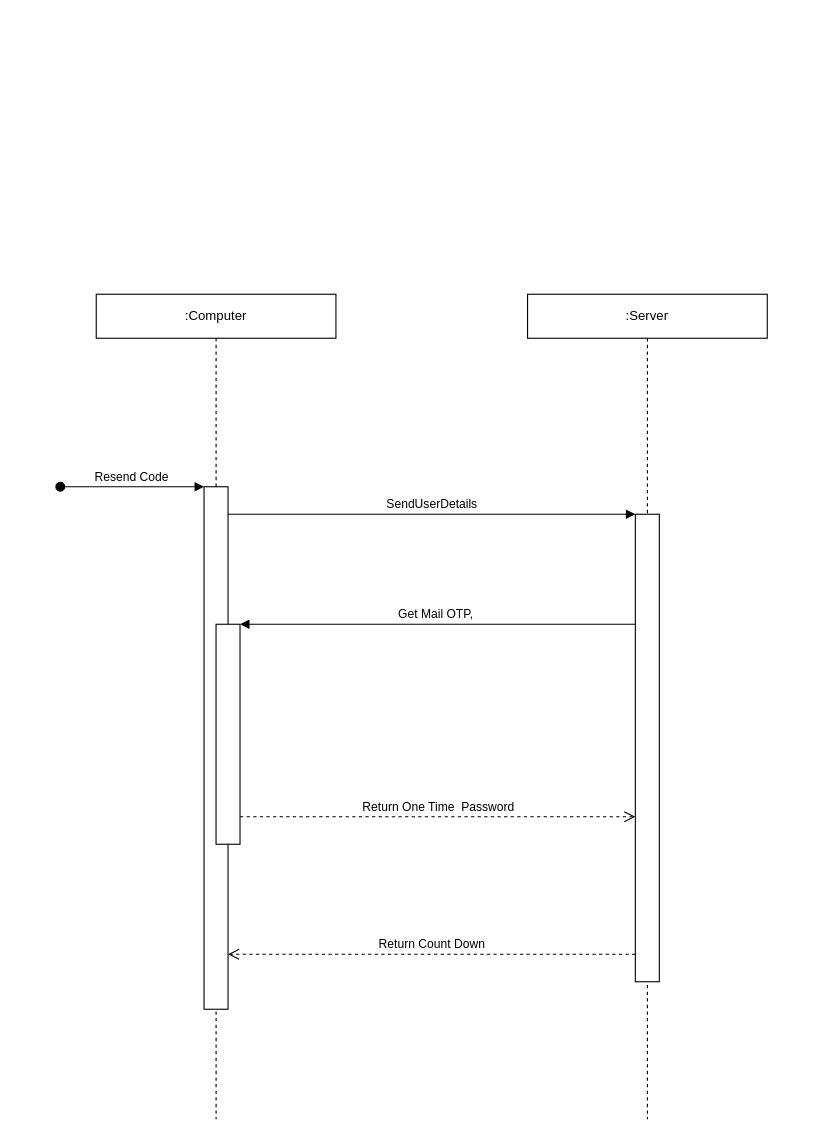
The draw.io diagram .create-password.drawio in Ghost-Cypher28/Admin-Panel, before the edit. Source tidied: cells renumbered, new cells numbered last; positions are measured from the earlier drawing's top-left corner, leaving out a move shared by most shapes. Both pictures are drawn from the tidied source at 110%, with x=0, y=0 at pixel (59, 294).
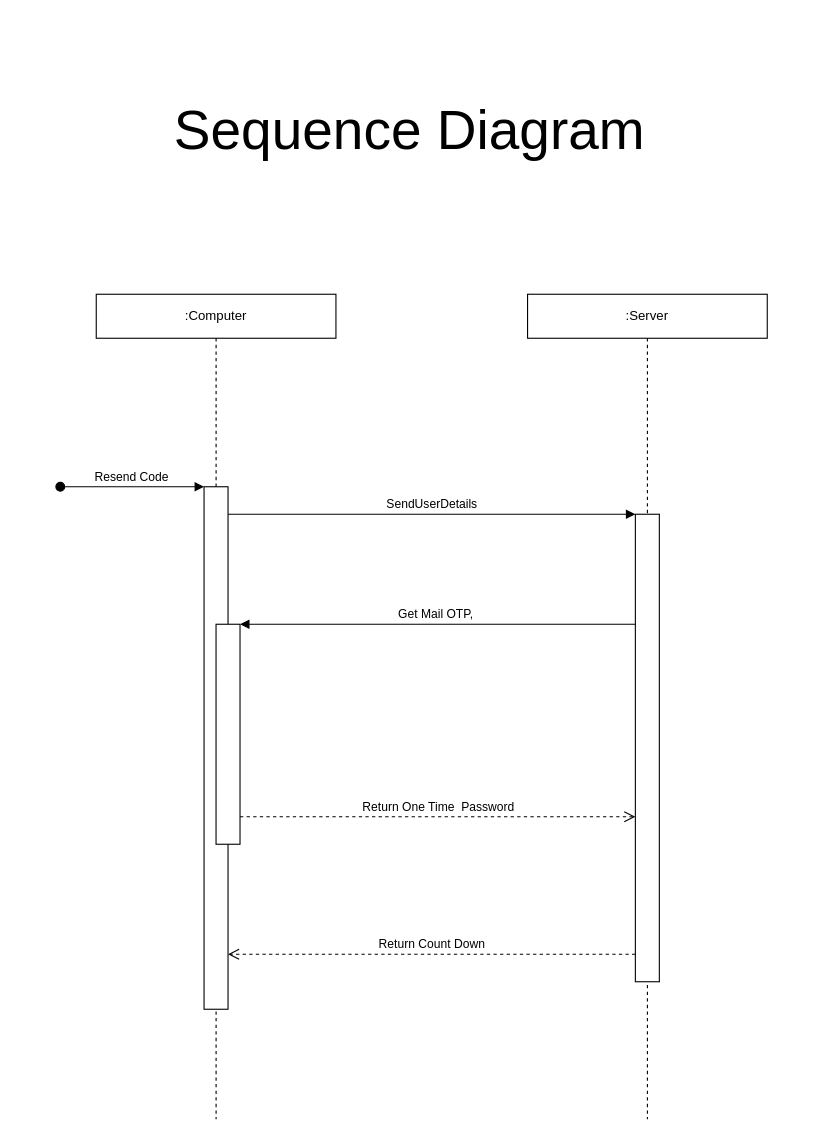
The same diagram, later.

What changed in the source:
```diff
@@
 <mxGraphModel>
   <root>
     <mxCell id="0" />
     <mxCell id="1" parent="0" />
     <mxCell id="2" style="group;" parent="1" vertex="1">
       <mxGeometry x="33" width="610" height="750" as="geometry" />
     </mxCell>
     <mxCell id="3" value=":Computer" style="shape=umlLifeline;perimeter=lifelinePerimeter;whiteSpace=wrap;html=1;newEdgeStyle={&quot;edgeStyle&quot;:&quot;elbowEdgeStyle&quot;,&quot;elbow&quot;:&quot;vertical&quot;,&quot;curved&quot;:0,&quot;rounded&quot;:0};" parent="2" vertex="1">
       <mxGeometry width="217.9" height="750" as="geometry" />
     </mxCell>
     <mxCell id="4" style="html=1;points=[];perimeter=orthogonalPerimeter;outlineConnect=0;targetShapes=umlLifeline;portConstraint=eastwest;newEdgeStyle={&quot;edgeStyle&quot;:&quot;elbowEdgeStyle&quot;,&quot;elbow&quot;:&quot;vertical&quot;,&quot;curved&quot;:0,&quot;rounded&quot;:0};" parent="3" vertex="1">
       <mxGeometry x="98" y="175" width="21.8" height="475" as="geometry" />
     </mxCell>
     <mxCell id="5" value="Resend Code" style="html=1;verticalAlign=bottom;startArrow=oval;endArrow=block;startSize=8;edgeStyle=elbowEdgeStyle;elbow=vertical;curved=0;rounded=0;" parent="3" edge="1" target="4">
       <mxGeometry relative="1" as="geometry">
         <mxPoint x="-32.7" y="175" as="sourcePoint" />
       </mxGeometry>
     </mxCell>
     <mxCell id="6" style="html=1;points=[];perimeter=orthogonalPerimeter;outlineConnect=0;targetShapes=umlLifeline;portConstraint=eastwest;newEdgeStyle={&quot;edgeStyle&quot;:&quot;elbowEdgeStyle&quot;,&quot;elbow&quot;:&quot;vertical&quot;,&quot;curved&quot;:0,&quot;rounded&quot;:0};" parent="3" vertex="1">
       <mxGeometry x="108.9" y="300" width="21.8" height="200" as="geometry" />
     </mxCell>
     <mxCell id="7" value=":Server" style="shape=umlLifeline;perimeter=lifelinePerimeter;whiteSpace=wrap;html=1;newEdgeStyle={&quot;edgeStyle&quot;:&quot;elbowEdgeStyle&quot;,&quot;elbow&quot;:&quot;vertical&quot;,&quot;curved&quot;:0,&quot;rounded&quot;:0};" parent="2" vertex="1">
       <mxGeometry x="392.1" width="217.9" height="750" as="geometry" />
     </mxCell>
     <mxCell id="8" style="html=1;points=[];perimeter=orthogonalPerimeter;outlineConnect=0;targetShapes=umlLifeline;portConstraint=eastwest;newEdgeStyle={&quot;edgeStyle&quot;:&quot;elbowEdgeStyle&quot;,&quot;elbow&quot;:&quot;vertical&quot;,&quot;curved&quot;:0,&quot;rounded&quot;:0};" parent="7" vertex="1">
       <mxGeometry x="98" y="200" width="21.8" height="425" as="geometry" />
     </mxCell>
     <mxCell id="9" value="SendUserDetails" style="html=1;verticalAlign=bottom;endArrow=block;edgeStyle=elbowEdgeStyle;elbow=horizontal;curved=0;rounded=0;" parent="2" edge="1" source="4" target="8">
       <mxGeometry relative="1" as="geometry">
         <Array as="points">
           <mxPoint x="305" y="200" />
         </Array>
       </mxGeometry>
     </mxCell>
     <mxCell id="10" value="Return Count Down" style="html=1;verticalAlign=bottom;endArrow=open;dashed=1;endSize=8;edgeStyle=elbowEdgeStyle;elbow=vertical;curved=0;rounded=0;" parent="2" edge="1" source="8" target="4">
       <mxGeometry relative="1" as="geometry">
         <Array as="points">
           <mxPoint x="326.8" y="600" />
         </Array>
       </mxGeometry>
     </mxCell>
     <mxCell id="11" value="Get Mail OTP,&amp;nbsp;" style="html=1;verticalAlign=bottom;endArrow=block;edgeStyle=elbowEdgeStyle;elbow=vertical;curved=0;rounded=0;" parent="2" edge="1" source="8" target="6">
       <mxGeometry relative="1" as="geometry">
         <Array as="points">
           <mxPoint x="326.8" y="300" />
         </Array>
       </mxGeometry>
     </mxCell>
     <mxCell id="12" value="Return One Time&amp;nbsp; Password" style="html=1;verticalAlign=bottom;endArrow=open;dashed=1;endSize=8;edgeStyle=elbowEdgeStyle;elbow=horizontal;curved=0;rounded=0;" parent="2" edge="1" source="6" target="8">
       <mxGeometry relative="1" as="geometry">
         <Array as="points">
           <mxPoint x="305" y="475" />
         </Array>
       </mxGeometry>
     </mxCell>
+    <mxCell id="13" value="&lt;font style=&quot;font-size: 50px;&quot;&gt;Sequence Diagram&lt;/font&gt;" style="text;html=1;align=center;verticalAlign=middle;whiteSpace=wrap;rounded=0;" parent="1" vertex="1">
+      <mxGeometry x="-37" y="-250" width="710" height="200" as="geometry" />
+    </mxCell>
   </root>
 </mxGraphModel>
```
